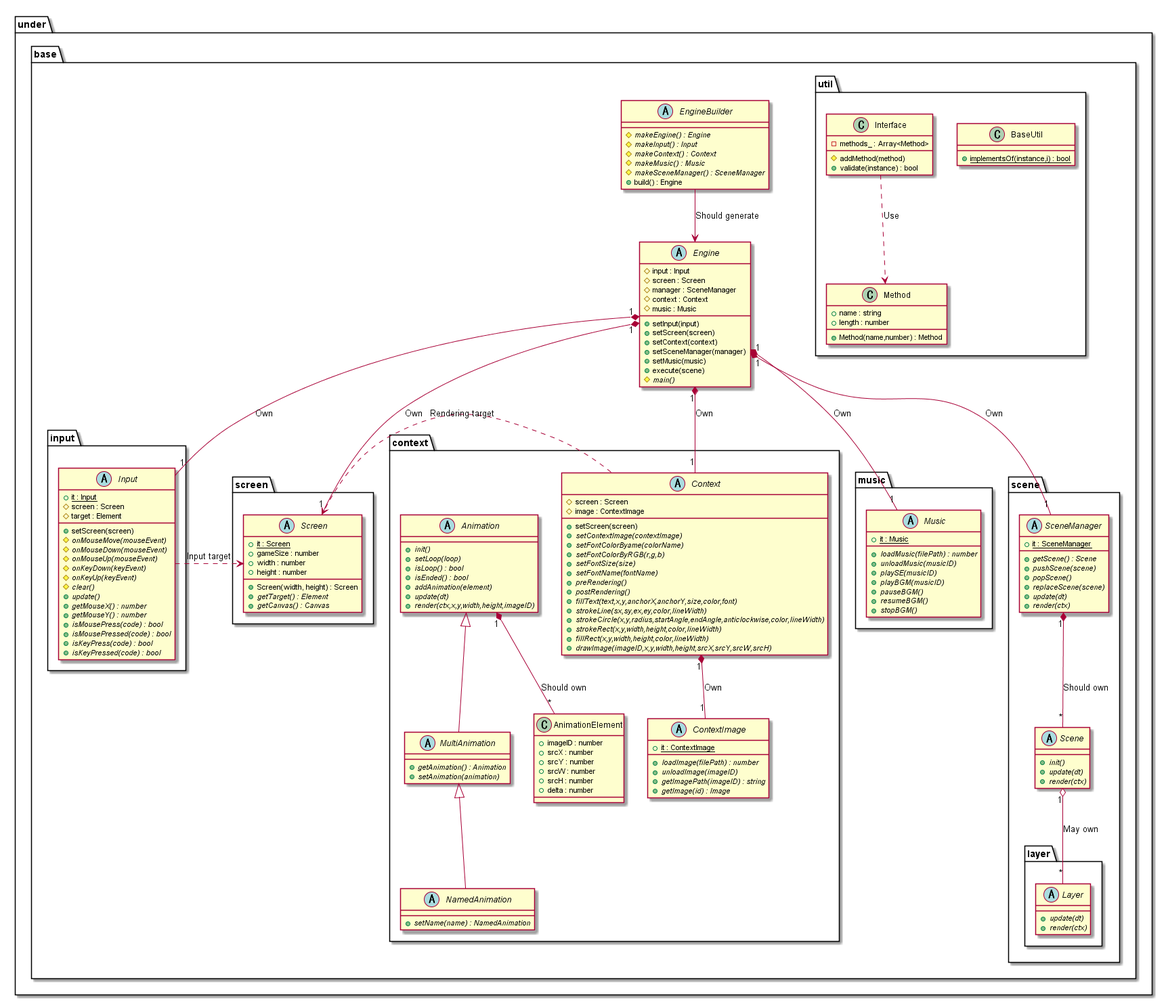
Earlier version of the PlantUML export out/uml/gamebase/Base/GameBaseBase.png (Expine/Under). Its diagram source:
```plantuml
@startuml GameBaseBase

package under {
    package base {
        abstract EngineBuilder {
            {abstract} #makeEngine() : Engine
            {abstract} #makeInput() : Input
            {abstract} #makeContext() : Context
            {abstract} #makeMusic() : Music
            {abstract} #makeSceneManager() : SceneManager
            +build() : Engine
        }
        abstract Engine {
            #input : Input
            #screen : Screen
            #manager : SceneManager
            #context : Context
            #music : Music
            +setInput(input)
            +setScreen(screen)
            +setContext(context)
            +setSceneManager(manager)
            +setMusic(music)
            +execute(scene)
            {abstract} #main()
        }

        package input {
            abstract Input {
                {static} +it : Input
                #screen : Screen
                #target : Element
                +setScreen(screen)
                {abstract} #onMouseMove(mouseEvent)
                {abstract} #onMouseDown(mouseEvent)
                {abstract} #onMouseUp(mouseEvent)
                {abstract} #onKeyDown(keyEvent)
                {abstract} #onKeyUp(keyEvent)
                {abstract} #clear()
                {abstract} +update()
                {abstract} +getMouseX() : number
                {abstract} +getMouseY() : number
                {abstract} +isMousePress(code) : bool
                {abstract} +isMousePressed(code) : bool
                {abstract} +isKeyPress(code) : bool
                {abstract} +isKeyPressed(code) : bool
            }
        }

        package screen {
            abstract Screen {
                +Screen(width, height) : Screen
                {static} +it : Screen
                +gameSize : number
                +width : number
                +height : number
                {abstract} +getTarget() : Element
                {abstract} +getCanvas() : Canvas
            }
        }

        package music {
            abstract Music {
                {static} +it : Music
                {abstract} +loadMusic(filePath) : number
                {abstract} +unloadMusic(musicID)
                {abstract} +playSE(musicID)
                {abstract} +playBGM(musicID)
                {abstract} +pauseBGM()
                {abstract} +resumeBGM()
                {abstract} +stopBGM()
            }
        }

        package context {
            abstract Context {
                #screen : Screen
                #image : ContextImage
                +setScreen(screen)
                {abstract} +setContextImage(contextImage)
                {abstract} +setFontColorByame(colorName)
                {abstract} +setFontColorByRGB(r,g,b)
                {abstract} +setFontSize(size)
                {abstract} +setFontName(fontName)
                {abstract} +preRendering()
                {abstract} +postRendering()
                {abstract} +fillText(text,x,y,anchorX,anchorY,size,color,font)
                {abstract} +strokeLine(sx,sy,ex,ey,color,lineWidth)
                {abstract} +strokeCircle(x,y,radius,startAngle,endAngle,anticlockwise,color,lineWidth)
                {abstract} +strokeRect(x,y,width,height,color,lineWidth)
                {abstract} +fillRect(x,y,width,height,color,lineWidth)
                {abstract} +drawImage(imageID,x,y,width,height,srcX,srcY,srcW,srcH)
            }
            abstract ContextImage {
                {static} +it : ContextImage
                {abstract} +loadImage(filePath) : number
                {abstract} +unloadImage(imageID)
                {abstract} +getImagePath(imageID) : string
                {abstract} +getImage(id) : Image
            }

            abstract Animation {
                {abstract} +init()
                {abstract} +setLoop(loop)
                {abstract} +isLoop() : bool
                {abstract} +isEnded() : bool
                {abstract} +addAnimation(element)
                {abstract} +update(dt)
                {abstract} +render(ctx,x,y,width,height,imageID)
            }
            abstract MultiAnimation {
                {abstract} +getAnimation() : Animation
                {abstract} +setAnimation(animation)
            }
            abstract NamedAnimation {
                {abstract} +setName(name) : NamedAnimation
            }
            class AnimationElement {
                +imageID : number
                +srcX : number
                +srcY : number
                +srcW : number
                +srcH : number
                +delta : number
            }
        }

        package scene {
            abstract SceneManager {
                {static} +it : SceneManager
                {abstract} +getScene() : Scene
                {abstract} +pushScene(scene)
                {abstract} +popScene()
                {abstract} +replaceScene(scene)
                {abstract} +update(dt)
                {abstract} +render(ctx)
            }
            abstract Scene {
                {abstract} +init()
                {abstract} +update(dt)
                {abstract} +render(ctx)
            }

            package layer {
                abstract Layer {
                    {abstract} +update(dt)
                    {abstract} +render(ctx)
                }
            }
        }

        package util {
            class BaseUtil {
                {static} +implementsOf(instance,i) : bool
            }
            class Interface {
                -methods_ : Array<Method>
                #addMethod(method)
                +validate(instance) : bool
            }
            class Method {
                +Method(name,number) : Method
                +name : string
                +length : number
            }
        }
    }
}

EngineBuilder --> Engine : Should generate
Engine "1"*-- "1" Screen : Own
Engine "1"*-- "1" Input : Own
Engine "1"*-- "1" SceneManager : Own
Engine "1"*-- "1" Context : Own
Engine "1"*-- "1" Music : Own

Input .> Screen : Input target
Context .> Screen : Rendering target

SceneManager "1"*--"*" Scene : Should own
Scene "1" o--"*" Layer : May own
Context "1"*--"1" ContextImage : Own

Animation "1"*--"*"AnimationElement : Should own

Animation <|-- MultiAnimation
MultiAnimation <|-- NamedAnimation

Interface ..> Method : Use

@enduml
```
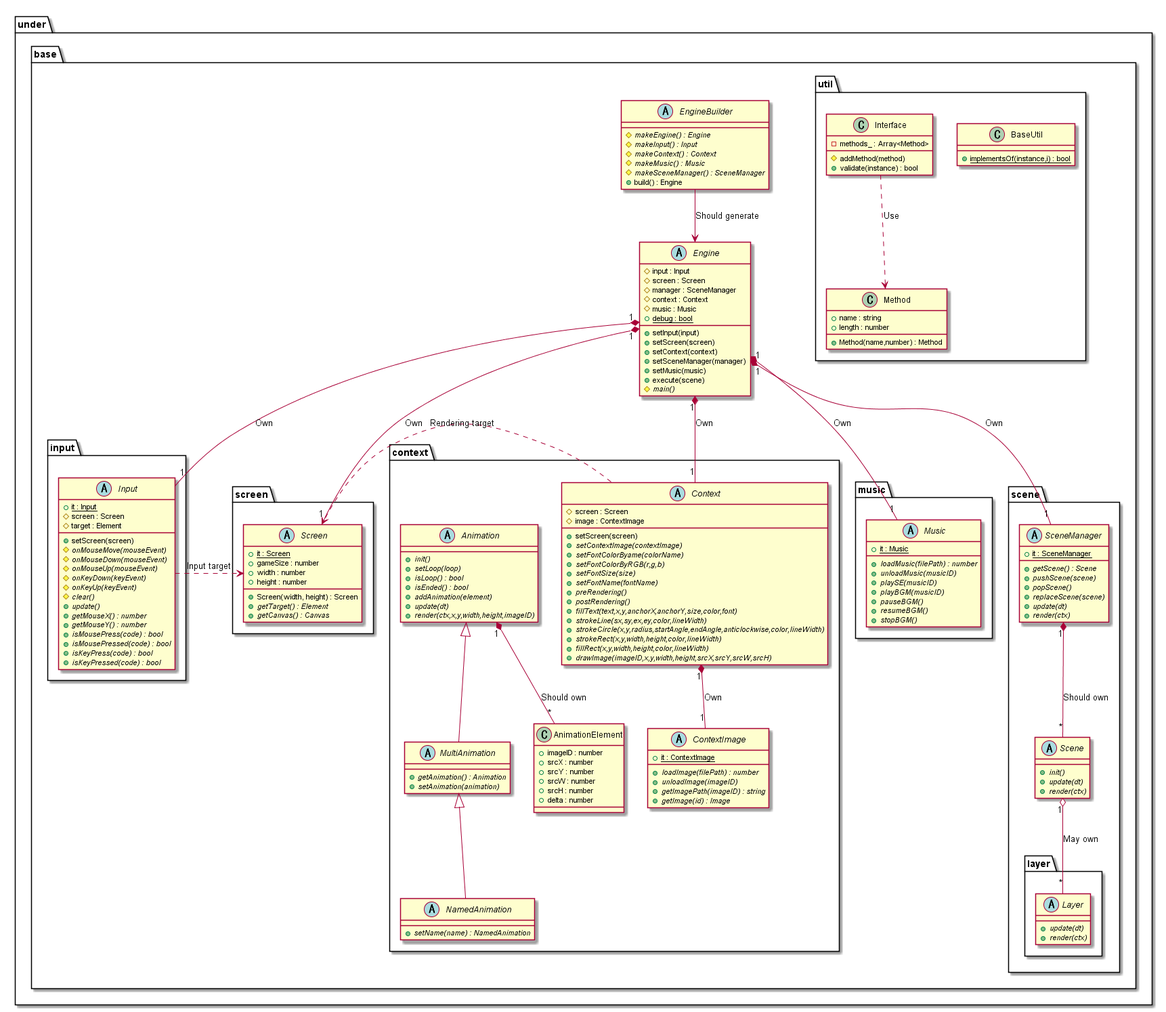
The same file after the commit.

Diff of the diagram source:
```diff
@@ -22,6 +22,7 @@
             +setSceneManager(manager)
             +setMusic(music)
             +execute(scene)
+            {static} +debug : bool
             {abstract} #main()
         }
 
```
